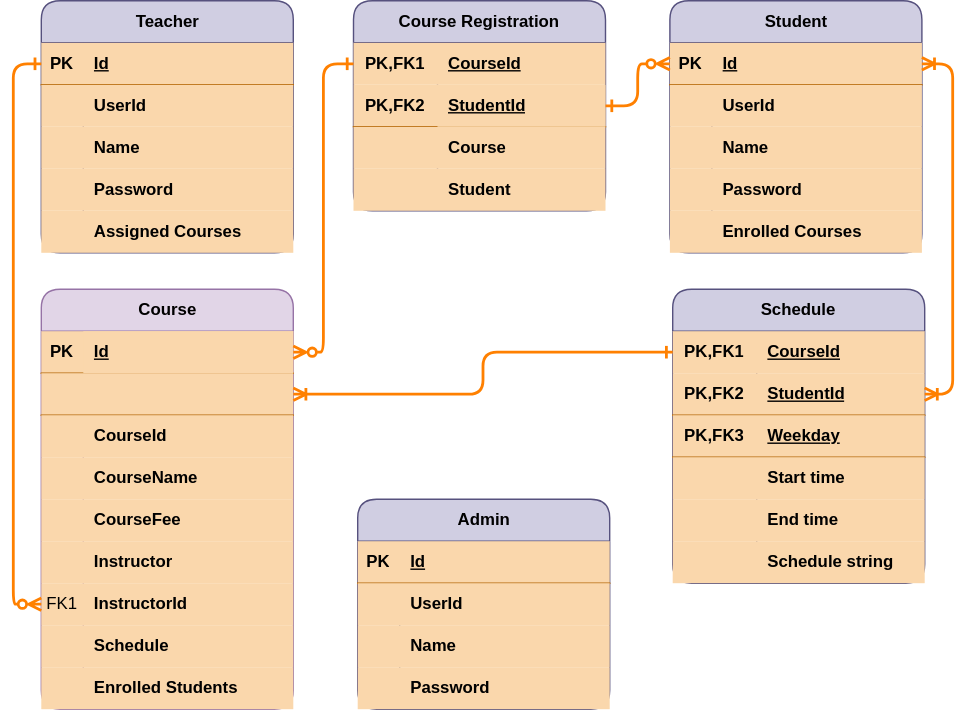
Earlier version of the draw.io export demo/CourseManagement_ERD.svg (MohammadRokib/CourseManagement). Source tidied: cells renumbered, new cells last; positions are measured from the earlier drawing's top-left corner, leaving out a move shared by most shapes.
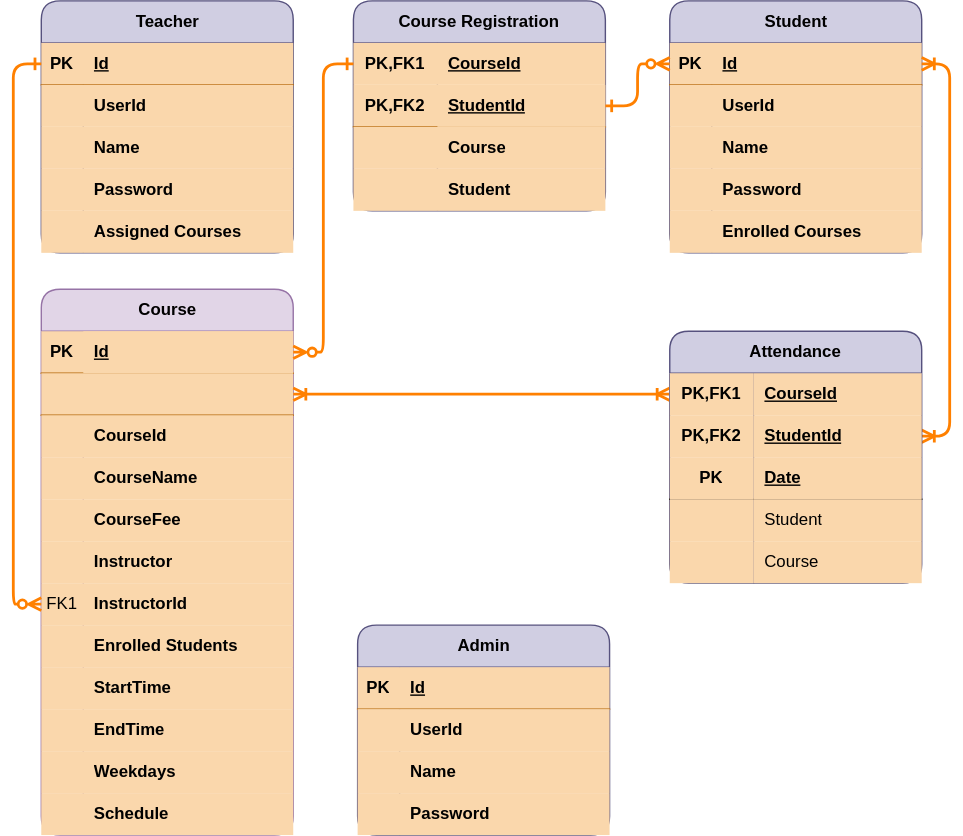
Above is the later version.

What changed in the source:
```diff
@@ -3,7 +3,7 @@
     <mxCell id="0" />
     <mxCell id="1" parent="0" />
     <mxCell id="2" value="Admin" style="shape=table;startSize=30;rowLines=0;fontStyle=1;align=center;html=1;rounded=1;shadow=0;fillColor=#d0cee2;strokeColor=#56517e;strokeWidth=1;" parent="1" vertex="1">
-      <mxGeometry x="226" y="356" width="180" height="150" as="geometry" />
+      <mxGeometry x="226" y="446" width="180" height="150" as="geometry" />
     </mxCell>
     <mxCell id="3" style="shape=tableRow;horizontal=0;startSize=0;swimlaneHead=0;swimlaneBody=0;fillColor=#fad7ac;top=0;left=0;right=0;bottom=1;strokeColor=#b46504;" parent="2" vertex="1">
       <mxGeometry y="30" width="180" height="30" as="geometry" />
@@ -138,7 +138,7 @@
       <mxGeometry x="30" width="150" height="30" as="geometry" />
     </mxCell>
     <mxCell id="47" value="Course" style="shape=table;startSize=30;rowLines=0;fontStyle=1;align=center;html=1;rounded=1;fillColor=#e1d5e7;strokeColor=#9673a6;" parent="1" vertex="1">
-      <mxGeometry y="206" width="180" height="300" as="geometry" />
+      <mxGeometry y="206" width="180" height="390" as="geometry" />
     </mxCell>
     <mxCell id="48" style="shape=tableRow;horizontal=0;startSize=0;swimlaneHead=0;swimlaneBody=0;fillColor=#fad7ac;points=[[0,0.5],[1,0.5]];portConstraint=eastwest;top=0;left=0;right=0;bottom=1;strokeColor=#b46504;" parent="47" vertex="1">
       <mxGeometry y="30" width="180" height="30" as="geometry" />
@@ -209,7 +209,7 @@
     <mxCell id="70" style="shape=partialRectangle;fillColor=none;top=0;left=0;bottom=0;right=0;overflow=hidden;whiteSpace=wrap;html=1;" parent="69" vertex="1">
       <mxGeometry width="30" height="30" as="geometry" />
     </mxCell>
-    <mxCell id="71" value="&lt;b&gt;Schedule&lt;/b&gt;" style="shape=partialRectangle;fillColor=none;top=0;left=0;bottom=0;right=0;align=left;spacingLeft=6;overflow=hidden;whiteSpace=wrap;html=1;" parent="69" vertex="1">
+    <mxCell id="71" value="&lt;b&gt;Enrolled Students&lt;/b&gt;" style="shape=partialRectangle;fillColor=none;top=0;left=0;bottom=0;right=0;align=left;spacingLeft=6;overflow=hidden;whiteSpace=wrap;html=1;" parent="69" vertex="1">
       <mxGeometry x="30" width="150" height="30" as="geometry" />
     </mxCell>
     <mxCell id="72" style="shape=tableRow;horizontal=0;startSize=0;swimlaneHead=0;swimlaneBody=0;fillColor=#fad7ac;top=0;left=0;right=0;bottom=0;fontStyle=1;strokeColor=#b46504;" parent="47" vertex="1">
@@ -218,9 +218,36 @@
     <mxCell id="73" style="shape=partialRectangle;fillColor=none;top=0;left=0;bottom=0;right=0;overflow=hidden;whiteSpace=wrap;html=1;" parent="72" vertex="1">
       <mxGeometry width="30" height="30" as="geometry" />
     </mxCell>
-    <mxCell id="74" value="&lt;b&gt;Enrolled Students&lt;/b&gt;" style="shape=partialRectangle;fillColor=none;top=0;left=0;bottom=0;right=0;align=left;spacingLeft=6;overflow=hidden;whiteSpace=wrap;html=1;" parent="72" vertex="1">
+    <mxCell id="74" value="&lt;b&gt;StartTime&lt;/b&gt;" style="shape=partialRectangle;fillColor=none;top=0;left=0;bottom=0;right=0;align=left;spacingLeft=6;overflow=hidden;whiteSpace=wrap;html=1;" parent="72" vertex="1">
       <mxGeometry x="30" width="150" height="30" as="geometry" />
     </mxCell>
+    <mxCell id="112" style="shape=tableRow;horizontal=0;startSize=0;swimlaneHead=0;swimlaneBody=0;fillColor=#fad7ac;top=0;left=0;right=0;bottom=0;fontStyle=1;strokeColor=#b46504;" parent="47" vertex="1">
+      <mxGeometry y="300" width="180" height="30" as="geometry" />
+    </mxCell>
+    <mxCell id="113" style="shape=partialRectangle;fillColor=none;top=0;left=0;bottom=0;right=0;overflow=hidden;whiteSpace=wrap;html=1;" parent="112" vertex="1">
+      <mxGeometry width="30" height="30" as="geometry" />
+    </mxCell>
+    <mxCell id="114" value="&lt;b&gt;EndTime&lt;/b&gt;" style="shape=partialRectangle;fillColor=none;top=0;left=0;bottom=0;right=0;align=left;spacingLeft=6;overflow=hidden;whiteSpace=wrap;html=1;" parent="112" vertex="1">
+      <mxGeometry x="30" width="150" height="30" as="geometry" />
+    </mxCell>
+    <mxCell id="115" style="shape=tableRow;horizontal=0;startSize=0;swimlaneHead=0;swimlaneBody=0;fillColor=#fad7ac;top=0;left=0;right=0;bottom=0;fontStyle=1;strokeColor=#b46504;" parent="47" vertex="1">
+      <mxGeometry y="330" width="180" height="30" as="geometry" />
+    </mxCell>
+    <mxCell id="116" style="shape=partialRectangle;fillColor=none;top=0;left=0;bottom=0;right=0;overflow=hidden;whiteSpace=wrap;html=1;" parent="115" vertex="1">
+      <mxGeometry width="30" height="30" as="geometry" />
+    </mxCell>
+    <mxCell id="117" value="&lt;b&gt;Weekdays&lt;/b&gt;" style="shape=partialRectangle;fillColor=none;top=0;left=0;bottom=0;right=0;align=left;spacingLeft=6;overflow=hidden;whiteSpace=wrap;html=1;" parent="115" vertex="1">
+      <mxGeometry x="30" width="150" height="30" as="geometry" />
+    </mxCell>
+    <mxCell id="118" style="shape=tableRow;horizontal=0;startSize=0;swimlaneHead=0;swimlaneBody=0;fillColor=#fad7ac;top=0;left=0;right=0;bottom=0;fontStyle=1;strokeColor=#b46504;" parent="47" vertex="1">
+      <mxGeometry y="360" width="180" height="30" as="geometry" />
+    </mxCell>
+    <mxCell id="119" style="shape=partialRectangle;fillColor=none;top=0;left=0;bottom=0;right=0;overflow=hidden;whiteSpace=wrap;html=1;" parent="118" vertex="1">
+      <mxGeometry width="30" height="30" as="geometry" />
+    </mxCell>
+    <mxCell id="91" value="&lt;b&gt;Schedule&lt;/b&gt;" style="shape=partialRectangle;fillColor=none;top=0;left=0;bottom=0;right=0;align=left;spacingLeft=6;overflow=hidden;whiteSpace=wrap;html=1;" parent="118" vertex="1">
+      <mxGeometry x="30" width="150" height="30" as="geometry" />
+    </mxCell>
     <mxCell id="75" value="Course Registration" style="shape=table;startSize=30;rowLines=0;fontStyle=1;align=center;html=1;whiteSpace=wrap;fillColor=#d0cee2;strokeColor=#56517e;rounded=1;" parent="1" vertex="1">
       <mxGeometry x="223" width="180" height="150" as="geometry" />
     </mxCell>
@@ -269,68 +296,59 @@
     <mxCell id="90" style="edgeStyle=orthogonalEdgeStyle;rounded=1;jettySize=auto;html=1;exitX=0;exitY=0.5;exitDx=0;exitDy=0;entryX=0;entryY=0.5;entryDx=0;entryDy=0;strokeWidth=2;startArrow=ERone;startFill=0;endArrow=ERzeroToMany;endFill=0;curved=0;strokeColor=#FF8000;" parent="1" edge="1" source="16" target="66">
       <mxGeometry relative="1" as="geometry" />
     </mxCell>
-    <mxCell id="91" value="Schedule" style="shape=table;startSize=30;rowLines=0;fontStyle=1;align=center;html=1;whiteSpace=wrap;fillColor=#d0cee2;strokeColor=#56517e;rounded=1;" parent="1" vertex="1">
-      <mxGeometry x="451" y="206" width="180" height="210" as="geometry" />
-    </mxCell>
-    <mxCell id="92" style="shape=tableRow;horizontal=0;startSize=0;swimlaneHead=0;swimlaneBody=0;fillColor=#fad7ac;points=[[0,0.5],[1,0.5]];portConstraint=eastwest;top=0;left=0;right=0;bottom=0;html=1;strokeColor=#b46504;" parent="91" vertex="1">
-      <mxGeometry y="30" width="180" height="30" as="geometry" />
-    </mxCell>
+    <mxCell id="110" style="edgeStyle=orthogonalEdgeStyle;rounded=1;jettySize=auto;html=1;exitX=1;exitY=0.5;exitDx=0;exitDy=0;strokeWidth=2;startArrow=ERoneToMany;startFill=0;endArrow=ERoneToMany;endFill=0;curved=0;strokeColor=#FF8000;entryX=0;entryY=0.25;entryDx=0;entryDy=0;" parent="1" edge="1" source="51" target="120">
+      <mxGeometry relative="1" as="geometry" />
+    </mxCell>
+    <mxCell id="111" style="edgeStyle=orthogonalEdgeStyle;rounded=1;jettySize=auto;html=1;exitX=1;exitY=0.5;exitDx=0;exitDy=0;entryX=1;entryY=0.5;entryDx=0;entryDy=0;startArrow=ERoneToMany;startFill=0;endArrow=ERoneToMany;endFill=0;strokeWidth=2;curved=0;strokeColor=#FF8000;" parent="1" edge="1" source="32" target="122">
+      <mxGeometry relative="1" as="geometry" />
+    </mxCell>
+    <mxCell id="120" value="Attendance" style="shape=table;startSize=30;rowLines=0;fontStyle=1;align=center;html=1;whiteSpace=wrap;rounded=1;fillColor=#d0cee2;strokeColor=#56517e;" parent="1" vertex="1">
+      <mxGeometry x="449" y="236" width="180" height="180" as="geometry" />
+    </mxCell>
+    <mxCell id="121" style="shape=tableRow;horizontal=0;startSize=0;swimlaneHead=0;swimlaneBody=0;fillColor=none;top=0;left=0;right=0;bottom=0;html=1;" parent="120" vertex="1">
+      <mxGeometry y="30" width="180" height="30" as="geometry" />
+    </mxCell>
-    <mxCell id="93" value="PK,FK1" style="shape=partialRectangle;fillColor=none;top=0;left=0;bottom=0;right=0;fontStyle=1;overflow=hidden;html=1;whiteSpace=wrap;" parent="92" vertex="1">
+    <mxCell id="93" value="PK,FK1" style="shape=partialRectangle;fillColor=#fad7ac;top=0;left=0;bottom=0;right=0;fontStyle=1;overflow=hidden;html=1;whiteSpace=wrap;strokeColor=#b46504;" parent="121" vertex="1">
       <mxGeometry width="60" height="30" as="geometry" />
     </mxCell>
-    <mxCell id="94" value="CourseId" style="shape=partialRectangle;fillColor=none;top=0;left=0;bottom=0;right=0;align=left;spacingLeft=6;fontStyle=5;overflow=hidden;html=1;whiteSpace=wrap;" parent="92" vertex="1">
+    <mxCell id="94" value="CourseId" style="shape=partialRectangle;fillColor=#fad7ac;top=0;left=0;bottom=0;right=0;align=left;spacingLeft=6;fontStyle=5;overflow=hidden;html=1;whiteSpace=wrap;strokeColor=#b46504;" parent="121" vertex="1">
       <mxGeometry x="60" width="120" height="30" as="geometry" />
     </mxCell>
-    <mxCell id="95" style="shape=tableRow;horizontal=0;startSize=0;swimlaneHead=0;swimlaneBody=0;fillColor=#fad7ac;points=[[0,0.5],[1,0.5]];portConstraint=eastwest;top=0;left=0;right=0;bottom=1;html=1;strokeColor=#b46504;" parent="91" vertex="1">
-      <mxGeometry y="60" width="180" height="30" as="geometry" />
-    </mxCell>
+    <mxCell id="122" style="shape=tableRow;horizontal=0;startSize=0;swimlaneHead=0;swimlaneBody=0;fillColor=none;points=[[0,0.5],[1,0.5]];portConstraint=eastwest;top=0;left=0;right=0;bottom=0;html=1;" parent="120" vertex="1">
+      <mxGeometry y="60" width="180" height="30" as="geometry" />
+    </mxCell>
-    <mxCell id="96" value="PK,FK2" style="shape=partialRectangle;fillColor=none;top=0;left=0;bottom=0;right=0;fontStyle=1;overflow=hidden;html=1;whiteSpace=wrap;" parent="95" vertex="1">
+    <mxCell id="96" value="PK,FK2" style="shape=partialRectangle;fillColor=#fad7ac;top=0;left=0;bottom=0;right=0;fontStyle=1;overflow=hidden;html=1;whiteSpace=wrap;strokeColor=#b46504;" parent="122" vertex="1">
       <mxGeometry width="60" height="30" as="geometry" />
     </mxCell>
-    <mxCell id="97" value="StudentId" style="shape=partialRectangle;fillColor=none;top=0;left=0;bottom=0;right=0;align=left;spacingLeft=6;fontStyle=5;overflow=hidden;html=1;whiteSpace=wrap;" parent="95" vertex="1">
+    <mxCell id="97" value="StudentId" style="shape=partialRectangle;fillColor=#fad7ac;top=0;left=0;bottom=0;right=0;align=left;spacingLeft=6;fontStyle=5;overflow=hidden;html=1;whiteSpace=wrap;strokeColor=#b46504;" parent="122" vertex="1">
       <mxGeometry x="60" width="120" height="30" as="geometry" />
     </mxCell>
-    <mxCell id="98" style="shape=tableRow;horizontal=0;startSize=0;swimlaneHead=0;swimlaneBody=0;fillColor=#fad7ac;top=0;left=0;right=0;bottom=1;html=1;strokeColor=#b46504;" parent="91" vertex="1">
-      <mxGeometry y="90" width="180" height="30" as="geometry" />
-    </mxCell>
-    <mxCell id="99" value="PK,FK3" style="shape=partialRectangle;fillColor=none;top=0;left=0;bottom=0;right=0;fontStyle=1;overflow=hidden;html=1;whiteSpace=wrap;" parent="98" vertex="1">
-      <mxGeometry width="60" height="30" as="geometry" />
-    </mxCell>
-    <mxCell id="100" value="Weekday" style="shape=partialRectangle;fillColor=none;top=0;left=0;bottom=0;right=0;align=left;spacingLeft=6;fontStyle=5;overflow=hidden;html=1;whiteSpace=wrap;" parent="98" vertex="1">
-      <mxGeometry x="60" width="120" height="30" as="geometry" />
-    </mxCell>
-    <mxCell id="101" style="shape=tableRow;horizontal=0;startSize=0;swimlaneHead=0;swimlaneBody=0;fillColor=#fad7ac;top=0;left=0;right=0;bottom=0;html=1;strokeColor=#b46504;" parent="91" vertex="1">
-      <mxGeometry y="120" width="180" height="30" as="geometry" />
-    </mxCell>
-    <mxCell id="102" style="shape=partialRectangle;fillColor=none;top=0;left=0;bottom=0;right=0;overflow=hidden;html=1;whiteSpace=wrap;" parent="101" vertex="1">
-      <mxGeometry width="60" height="30" as="geometry" />
-    </mxCell>
-    <mxCell id="103" value="&lt;b&gt;Start time&lt;/b&gt;" style="shape=partialRectangle;fillColor=none;top=0;left=0;bottom=0;right=0;align=left;spacingLeft=6;overflow=hidden;html=1;whiteSpace=wrap;" parent="101" vertex="1">
-      <mxGeometry x="60" width="120" height="30" as="geometry" />
-    </mxCell>
-    <mxCell id="104" style="shape=tableRow;horizontal=0;startSize=0;swimlaneHead=0;swimlaneBody=0;fillColor=#fad7ac;top=0;left=0;right=0;bottom=0;html=1;strokeColor=#b46504;" parent="91" vertex="1">
-      <mxGeometry y="150" width="180" height="30" as="geometry" />
-    </mxCell>
-    <mxCell id="105" style="shape=partialRectangle;fillColor=none;top=0;left=0;bottom=0;right=0;overflow=hidden;html=1;whiteSpace=wrap;" parent="104" vertex="1">
-      <mxGeometry width="60" height="30" as="geometry" />
-    </mxCell>
-    <mxCell id="106" value="&lt;b&gt;End time&lt;/b&gt;" style="shape=partialRectangle;fillColor=none;top=0;left=0;bottom=0;right=0;align=left;spacingLeft=6;overflow=hidden;html=1;whiteSpace=wrap;" parent="104" vertex="1">
-      <mxGeometry x="60" width="120" height="30" as="geometry" />
-    </mxCell>
-    <mxCell id="107" style="shape=tableRow;horizontal=0;startSize=0;swimlaneHead=0;swimlaneBody=0;fillColor=#fad7ac;top=0;left=0;right=0;bottom=0;html=1;strokeColor=#b46504;" parent="91" vertex="1">
-      <mxGeometry y="180" width="180" height="30" as="geometry" />
-    </mxCell>
-    <mxCell id="108" style="shape=partialRectangle;fillColor=none;top=0;left=0;bottom=0;right=0;overflow=hidden;html=1;whiteSpace=wrap;" parent="107" vertex="1">
-      <mxGeometry width="60" height="30" as="geometry" />
-    </mxCell>
-    <mxCell id="109" value="&lt;b&gt;Schedule string&lt;/b&gt;" style="shape=partialRectangle;fillColor=none;top=0;left=0;bottom=0;right=0;align=left;spacingLeft=6;overflow=hidden;html=1;whiteSpace=wrap;" parent="107" vertex="1">
-      <mxGeometry x="60" width="120" height="30" as="geometry" />
-    </mxCell>
-    <mxCell id="110" style="edgeStyle=orthogonalEdgeStyle;rounded=1;jettySize=auto;html=1;exitX=1;exitY=0.5;exitDx=0;exitDy=0;entryX=0;entryY=0.5;entryDx=0;entryDy=0;strokeWidth=2;startArrow=ERoneToMany;startFill=0;endArrow=ERone;endFill=0;curved=0;strokeColor=#FF8000;" parent="1" edge="1" source="51" target="92">
-      <mxGeometry relative="1" as="geometry" />
-    </mxCell>
-    <mxCell id="111" style="edgeStyle=orthogonalEdgeStyle;rounded=1;jettySize=auto;html=1;exitX=1;exitY=0.5;exitDx=0;exitDy=0;entryX=1;entryY=0.5;entryDx=0;entryDy=0;startArrow=ERoneToMany;startFill=0;endArrow=ERoneToMany;endFill=0;strokeWidth=2;curved=0;strokeColor=#FF8000;" parent="1" edge="1" source="32" target="95">
-      <mxGeometry relative="1" as="geometry" />
-    </mxCell>
+    <mxCell id="123" style="shape=tableRow;horizontal=0;startSize=0;swimlaneHead=0;swimlaneBody=0;fillColor=none;top=0;left=0;right=0;bottom=1;html=1;" parent="120" vertex="1">
+      <mxGeometry y="90" width="180" height="30" as="geometry" />
+    </mxCell>
+    <mxCell id="124" value="PK" style="shape=partialRectangle;fillColor=#fad7ac;top=0;left=0;bottom=0;right=0;fontStyle=1;overflow=hidden;html=1;whiteSpace=wrap;strokeColor=#b46504;" parent="123" vertex="1">
+      <mxGeometry width="60" height="30" as="geometry" />
+    </mxCell>
+    <mxCell id="125" value="Date" style="shape=partialRectangle;fillColor=#fad7ac;top=0;left=0;bottom=0;right=0;align=left;spacingLeft=6;fontStyle=5;overflow=hidden;html=1;whiteSpace=wrap;strokeColor=#b46504;" parent="123" vertex="1">
+      <mxGeometry x="60" width="120" height="30" as="geometry" />
+    </mxCell>
+    <mxCell id="126" style="shape=tableRow;horizontal=0;startSize=0;swimlaneHead=0;swimlaneBody=0;fillColor=none;top=0;left=0;right=0;bottom=0;html=1;" parent="120" vertex="1">
+      <mxGeometry y="120" width="180" height="30" as="geometry" />
+    </mxCell>
+    <mxCell id="127" style="shape=partialRectangle;fillColor=#fad7ac;top=0;left=0;bottom=0;right=0;overflow=hidden;html=1;whiteSpace=wrap;strokeColor=#b46504;" parent="126" vertex="1">
+      <mxGeometry width="60" height="30" as="geometry" />
+    </mxCell>
+    <mxCell id="128" value="Student" style="shape=partialRectangle;fillColor=#fad7ac;top=0;left=0;bottom=0;right=0;align=left;spacingLeft=6;overflow=hidden;html=1;whiteSpace=wrap;strokeColor=#b46504;" parent="126" vertex="1">
+      <mxGeometry x="60" width="120" height="30" as="geometry" />
+    </mxCell>
+    <mxCell id="129" style="shape=tableRow;horizontal=0;startSize=0;swimlaneHead=0;swimlaneBody=0;fillColor=none;top=0;left=0;right=0;bottom=0;html=1;" parent="120" vertex="1">
+      <mxGeometry y="150" width="180" height="30" as="geometry" />
+    </mxCell>
+    <mxCell id="130" style="shape=partialRectangle;fillColor=#fad7ac;top=0;left=0;bottom=0;right=0;overflow=hidden;html=1;whiteSpace=wrap;strokeColor=#b46504;" parent="129" vertex="1">
+      <mxGeometry width="60" height="30" as="geometry" />
+    </mxCell>
+    <mxCell id="131" value="Course" style="shape=partialRectangle;fillColor=#fad7ac;top=0;left=0;bottom=0;right=0;align=left;spacingLeft=6;overflow=hidden;html=1;whiteSpace=wrap;strokeColor=#b46504;" parent="129" vertex="1">
+      <mxGeometry x="60" width="120" height="30" as="geometry" />
+    </mxCell>
   </root>
 </mxGraphModel>
```
